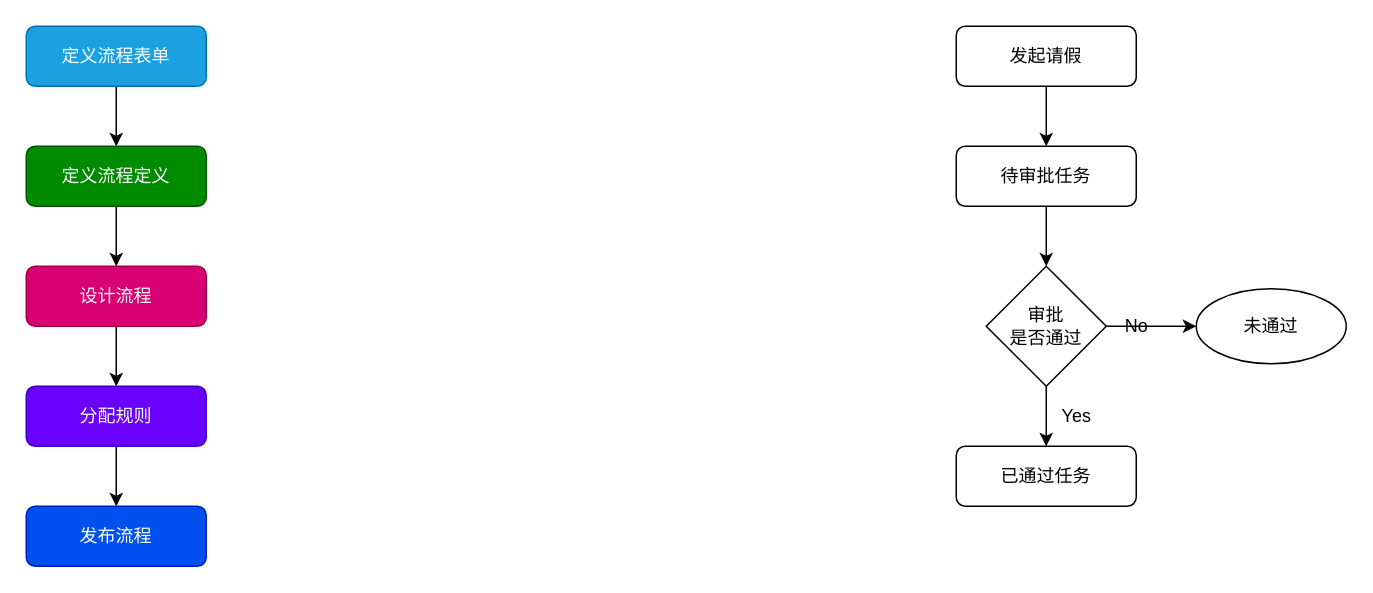
Earlier version of the draw.io diagram flowable工作流.drawio (stephenZkang/diagrams). Source tidied: cells renumbered, new cells numbered last; positions are measured from the earlier drawing's top-left corner, leaving out a move shared by most shapes. Both pictures are drawn from the tidied source at 150%, with x=0, y=0 at pixel (26, 26).
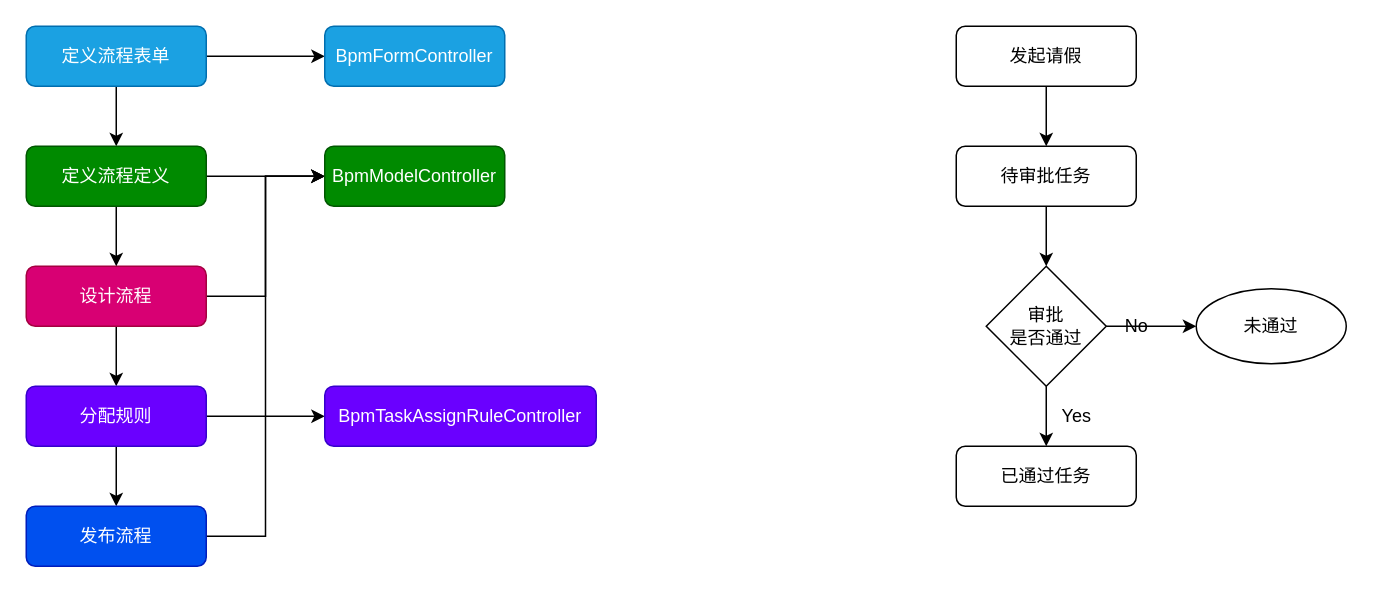
After the change.

Commit message (it also covers changes not shown here):
更新flowable工作流.drawio

The change refers to these unchanged cells:
```xml
<mxCell id="3" value="定义流程表单" style="rounded=1;whiteSpace=wrap;html=1;fontSize=12;glass=0;strokeWidth=1;shadow=0;fillColor=#1ba1e2;fontColor=#ffffff;strokeColor=#006EAF;" parent="1" vertex="1">
  <mxGeometry width="120" height="40" as="geometry" />
</mxCell>
<mxCell id="5" value="设计流程" style="rounded=1;whiteSpace=wrap;html=1;fontSize=12;glass=0;strokeWidth=1;shadow=0;fillColor=#d80073;fontColor=#ffffff;strokeColor=#A50040;" parent="1" vertex="1">
  <mxGeometry y="160" width="120" height="40" as="geometry" />
</mxCell>
<mxCell id="7" value="定义流程定义" style="rounded=1;whiteSpace=wrap;html=1;fontSize=12;glass=0;strokeWidth=1;shadow=0;fillColor=#008a00;fontColor=#ffffff;strokeColor=#005700;" parent="1" vertex="1">
  <mxGeometry y="80" width="120" height="40" as="geometry" />
</mxCell>
<mxCell id="9" value="分配规则" style="whiteSpace=wrap;html=1;rounded=1;glass=0;strokeWidth=1;shadow=0;fillColor=#6a00ff;fontColor=#ffffff;strokeColor=#3700CC;" parent="1" vertex="1">
  <mxGeometry y="240" width="120" height="40" as="geometry" />
</mxCell>
<mxCell id="10" value="发布流程" style="whiteSpace=wrap;html=1;rounded=1;glass=0;strokeWidth=1;shadow=0;fillColor=#0050ef;fontColor=#ffffff;strokeColor=#001DBC;" parent="1" vertex="1">
  <mxGeometry y="320" width="120" height="40" as="geometry" />
</mxCell>
```

The edit, as a diff of the source:
```diff
@@
+    <mxCell id="22" style="edgeStyle=orthogonalEdgeStyle;rounded=0;jettySize=auto;html=1;" parent="1" edge="1" source="3" target="27">
+      <mxGeometry relative="1" as="geometry" />
+    </mxCell>
@@
+    <mxCell id="23" style="edgeStyle=orthogonalEdgeStyle;rounded=0;jettySize=auto;html=1;exitX=1;exitY=0.5;exitDx=0;exitDy=0;entryX=0;entryY=0.5;entryDx=0;entryDy=0;" parent="1" edge="1" source="5" target="28">
+      <mxGeometry relative="1" as="geometry" />
+    </mxCell>
@@
+    <mxCell id="24" style="edgeStyle=orthogonalEdgeStyle;rounded=0;jettySize=auto;html=1;" parent="1" edge="1" source="7" target="28">
+      <mxGeometry relative="1" as="geometry" />
+    </mxCell>
@@
+    <mxCell id="25" style="edgeStyle=orthogonalEdgeStyle;rounded=0;jettySize=auto;html=1;" parent="1" edge="1" source="9" target="29">
+      <mxGeometry relative="1" as="geometry" />
+    </mxCell>
@@
+    <mxCell id="26" style="edgeStyle=orthogonalEdgeStyle;rounded=0;jettySize=auto;html=1;exitX=1;exitY=0.5;exitDx=0;exitDy=0;entryX=0;entryY=0.5;entryDx=0;entryDy=0;" parent="1" edge="1" source="10" target="28">
+      <mxGeometry relative="1" as="geometry" />
+    </mxCell>
@@
+    <mxCell id="27" value="BpmFormController" style="whiteSpace=wrap;html=1;fillColor=#1ba1e2;strokeColor=#006EAF;fontColor=#ffffff;rounded=1;glass=0;strokeWidth=1;shadow=0;" parent="1" vertex="1">
+      <mxGeometry x="199" width="120" height="40" as="geometry" />
+    </mxCell>
+    <mxCell id="28" value="BpmModelController" style="whiteSpace=wrap;html=1;fillColor=#008a00;strokeColor=#005700;fontColor=#ffffff;rounded=1;glass=0;strokeWidth=1;shadow=0;" parent="1" vertex="1">
+      <mxGeometry x="199" y="80" width="120" height="40" as="geometry" />
+    </mxCell>
+    <mxCell id="29" value="BpmTaskAssignRuleController" style="whiteSpace=wrap;html=1;fillColor=#6a00ff;strokeColor=#3700CC;fontColor=#ffffff;rounded=1;glass=0;strokeWidth=1;shadow=0;" parent="1" vertex="1">
+      <mxGeometry x="199" y="240" width="181" height="40" as="geometry" />
+    </mxCell>
```
